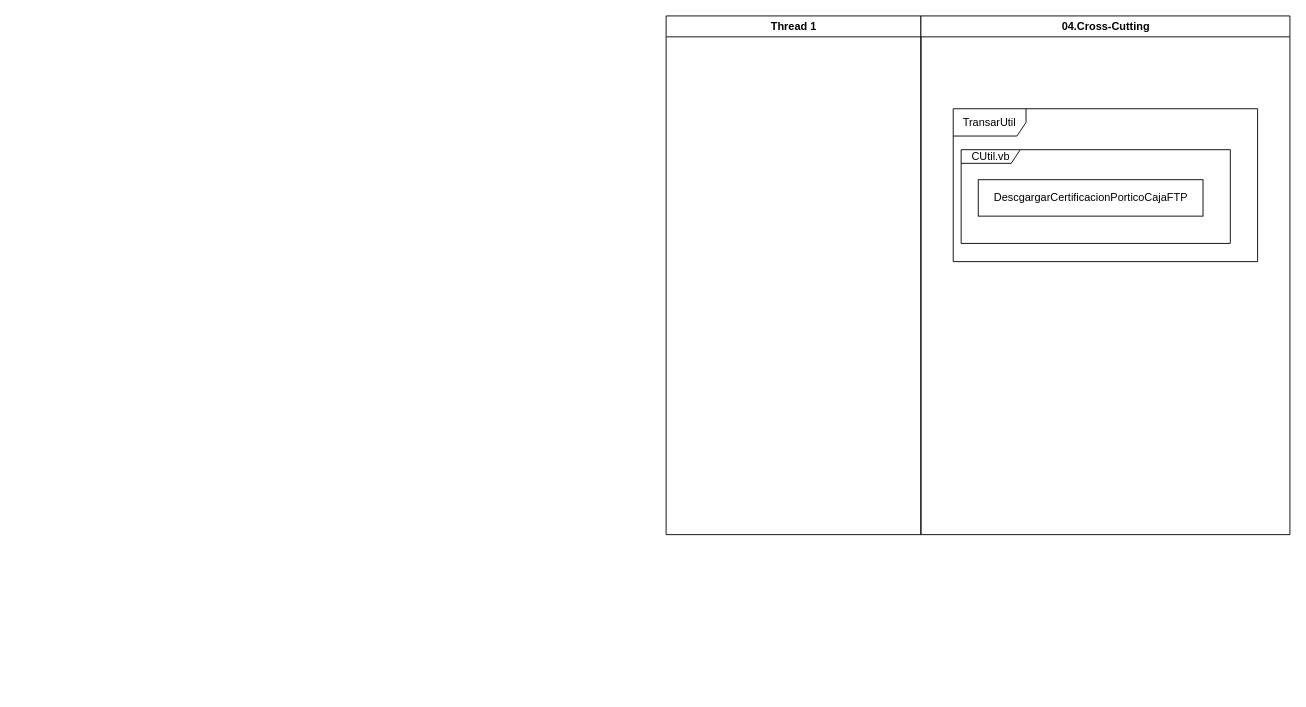
carlosvalderrama1204/RutaCompartida keeps this draw.io diagram as Untitled Diagram.drawio. Above is the earlier version. Source tidied: cells renumbered, new cells numbered last; positions are measured from the earlier drawing's top-left corner, leaving out a move shared by most shapes. Both pictures are drawn from the tidied source at 91%, with x=0, y=0 at pixel (665, 15).
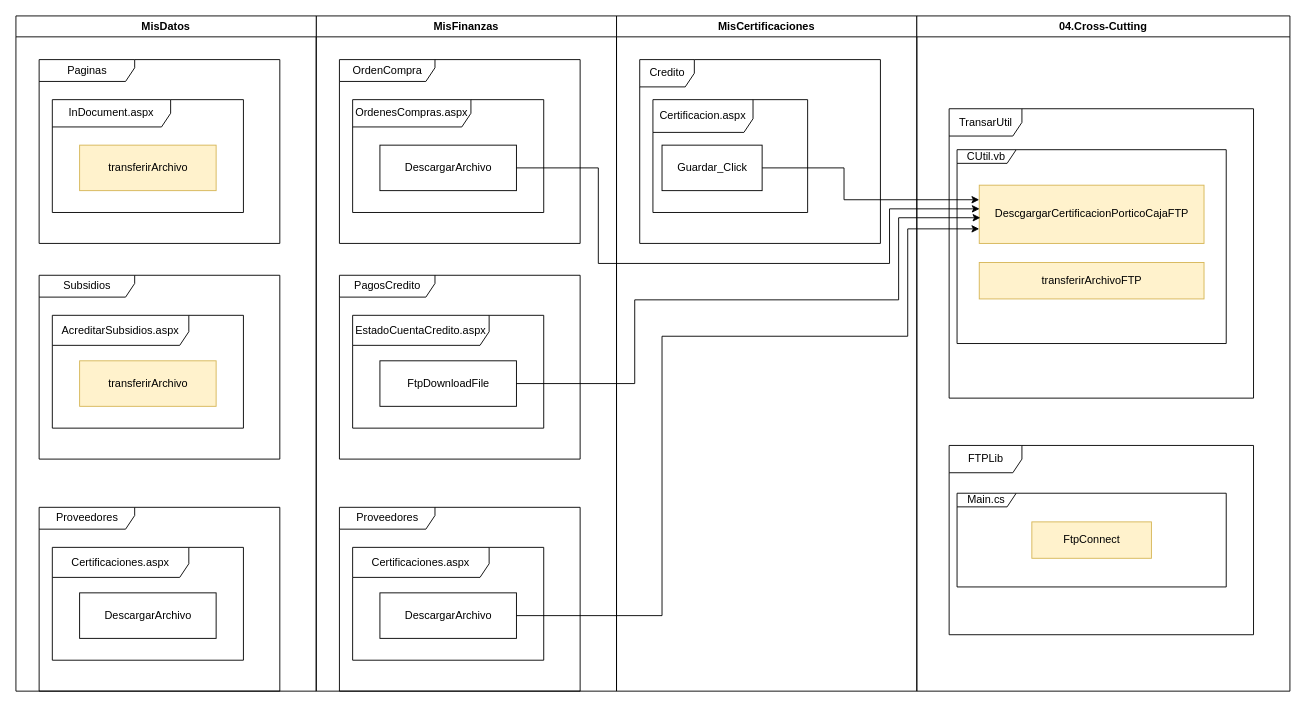
Above is the later version.

Change to the diagram source:
```diff
@@
-    <mxCell id="2" value="Thread 1" style="swimlane;whiteSpace=wrap;" parent="1" vertex="1">
-      <mxGeometry x="0.5" width="280" height="570" as="geometry" />
+    <mxCell id="2" value="MisCertificaciones" style="swimlane;whiteSpace=wrap;" parent="1" vertex="1">
+      <mxGeometry x="-54" width="330" height="742" as="geometry" />
     </mxCell>
+    <mxCell id="7" value="Credito" style="shape=umlFrame;whiteSpace=wrap;html=1;" parent="2" vertex="1">
+      <mxGeometry x="25.5" y="48" width="264.5" height="202" as="geometry" />
+    </mxCell>
+    <mxCell id="8" value="Certificacion.aspx" style="shape=umlFrame;whiteSpace=wrap;html=1;width=110;height=36;" parent="2" vertex="1">
+      <mxGeometry x="40" y="92" width="170" height="124" as="geometry" />
+    </mxCell>
+    <mxCell id="9" value="Guardar_Click" style="html=1;" parent="2" vertex="1">
+      <mxGeometry x="50" y="142" width="110" height="50" as="geometry" />
+    </mxCell>
     <mxCell id="3" value="04.Cross-Cutting" style="swimlane;whiteSpace=wrap;startSize=23;" parent="1" vertex="1">
-      <mxGeometry x="280.5" width="405.5" height="570" as="geometry" />
+      <mxGeometry x="276" width="410" height="742" as="geometry" />
     </mxCell>
     <mxCell id="4" value="TransarUtil" style="shape=umlFrame;whiteSpace=wrap;html=1;width=80;height=30;" parent="3" vertex="1">
-      <mxGeometry x="35.5" y="102" width="334.5" height="168" as="geometry" />
+      <mxGeometry x="35.5" y="102" width="334.5" height="318" as="geometry" />
     </mxCell>
     <mxCell id="5" value="CUtil.vb" style="shape=umlFrame;whiteSpace=wrap;html=1;width=65;height=15;" parent="3" vertex="1">
-      <mxGeometry x="44.2" y="147" width="295.8" height="103" as="geometry" />
+      <mxGeometry x="44.2" y="147" width="295.8" height="213" as="geometry" />
     </mxCell>
-    <mxCell id="6" value="DescgargarCertificacionPorticoCajaFTP" style="html=1;" parent="3" vertex="1">
-      <mxGeometry x="63" y="180" width="247" height="40" as="geometry" />
+    <mxCell id="6" value="DescgargarCertificacionPorticoCajaFTP" style="html=1;fillColor=#fff2cc;strokeColor=#d6b656;" parent="3" vertex="1">
+      <mxGeometry x="68.6" y="186" width="247" height="64" as="geometry" />
     </mxCell>
+    <mxCell id="10" value="FTPLib" style="shape=umlFrame;whiteSpace=wrap;html=1;width=80;height=30;" parent="3" vertex="1">
+      <mxGeometry x="35.5" y="472" width="334.5" height="208" as="geometry" />
+    </mxCell>
+    <mxCell id="11" value="Main.cs" style="shape=umlFrame;whiteSpace=wrap;html=1;width=65;height=15;" parent="3" vertex="1">
+      <mxGeometry x="44.2" y="524.5" width="295.8" height="103" as="geometry" />
+    </mxCell>
+    <mxCell id="12" value="FtpConnect" style="html=1;fillColor=#fff2cc;strokeColor=#d6b656;" parent="3" vertex="1">
+      <mxGeometry x="126.4" y="556" width="131.4" height="40" as="geometry" />
+    </mxCell>
+    <mxCell id="13" value="transferirArchivoFTP" style="html=1;fillColor=#fff2cc;strokeColor=#d6b656;" parent="3" vertex="1">
+      <mxGeometry x="68.6" y="271" width="247" height="40" as="geometry" />
+    </mxCell>
+    <mxCell id="14" value="MisFinanzas" style="swimlane;whiteSpace=wrap;" parent="1" vertex="1">
+      <mxGeometry x="-384" width="330" height="742" as="geometry" />
+    </mxCell>
+    <mxCell id="15" value="OrdenCompra" style="shape=umlFrame;whiteSpace=wrap;html=1;width=105;height=24;" parent="14" vertex="1">
+      <mxGeometry x="25.5" y="48" width="264.5" height="202" as="geometry" />
+    </mxCell>
+    <mxCell id="16" value="OrdenesCompras.aspx" style="shape=umlFrame;whiteSpace=wrap;html=1;width=130;height=30;" parent="14" vertex="1">
+      <mxGeometry x="40" y="92" width="210" height="124" as="geometry" />
+    </mxCell>
+    <mxCell id="17" value="DescargarArchivo" style="html=1;" parent="14" vertex="1">
+      <mxGeometry x="70" y="142" width="150" height="50" as="geometry" />
+    </mxCell>
+    <mxCell id="18" value="PagosCredito" style="shape=umlFrame;whiteSpace=wrap;html=1;width=105;height=24;" parent="14" vertex="1">
+      <mxGeometry x="25.5" y="285" width="264.5" height="202" as="geometry" />
+    </mxCell>
+    <mxCell id="19" value="EstadoCuentaCredito.aspx" style="shape=umlFrame;whiteSpace=wrap;html=1;width=150;height=33;" parent="14" vertex="1">
+      <mxGeometry x="40" y="329" width="210" height="124" as="geometry" />
+    </mxCell>
+    <mxCell id="20" value="FtpDownloadFile" style="html=1;" parent="14" vertex="1">
+      <mxGeometry x="70" y="379" width="150" height="50" as="geometry" />
+    </mxCell>
+    <mxCell id="21" value="Proveedores" style="shape=umlFrame;whiteSpace=wrap;html=1;width=105;height=24;" parent="14" vertex="1">
+      <mxGeometry x="25.5" y="540" width="264.5" height="202" as="geometry" />
+    </mxCell>
+    <mxCell id="22" value="Certificaciones.aspx" style="shape=umlFrame;whiteSpace=wrap;html=1;width=150;height=33;" parent="14" vertex="1">
+      <mxGeometry x="40" y="584" width="210" height="124" as="geometry" />
+    </mxCell>
+    <mxCell id="23" value="DescargarArchivo" style="html=1;" parent="14" vertex="1">
+      <mxGeometry x="70" y="634" width="150" height="50" as="geometry" />
+    </mxCell>
+    <mxCell id="24" style="edgeStyle=orthogonalEdgeStyle;rounded=0;jettySize=auto;html=1;entryX=0;entryY=0.25;entryDx=0;entryDy=0;" parent="1" edge="1" source="9" target="6">
+      <mxGeometry relative="1" as="geometry">
+        <Array as="points">
+          <mxPoint x="196" y="167" />
+          <mxPoint x="196" y="202" />
+        </Array>
+      </mxGeometry>
+    </mxCell>
+    <mxCell id="25" style="edgeStyle=orthogonalEdgeStyle;rounded=0;jettySize=auto;html=1;" parent="1" edge="1" source="17">
+      <mxGeometry relative="1" as="geometry">
+        <mxPoint x="345" y="212" as="targetPoint" />
+        <Array as="points">
+          <mxPoint x="-74" y="167" />
+          <mxPoint x="-74" y="272" />
+          <mxPoint x="246" y="272" />
+          <mxPoint x="246" y="212" />
+        </Array>
+      </mxGeometry>
+    </mxCell>
+    <mxCell id="26" style="edgeStyle=orthogonalEdgeStyle;rounded=0;jettySize=auto;html=1;entryX=0.005;entryY=0.559;entryDx=0;entryDy=0;entryPerimeter=0;exitX=1;exitY=0.5;exitDx=0;exitDy=0;" parent="1" edge="1" source="20" target="6">
+      <mxGeometry relative="1" as="geometry">
+        <Array as="points">
+          <mxPoint x="-34" y="404" />
+          <mxPoint x="-34" y="312" />
+          <mxPoint x="256" y="312" />
+          <mxPoint x="256" y="222" />
+        </Array>
+      </mxGeometry>
+    </mxCell>
+    <mxCell id="27" style="edgeStyle=orthogonalEdgeStyle;rounded=0;jettySize=auto;html=1;entryX=0;entryY=0.75;entryDx=0;entryDy=0;" parent="1" edge="1" source="23" target="6">
+      <mxGeometry relative="1" as="geometry">
+        <Array as="points">
+          <mxPoint x="-4" y="659" />
+          <mxPoint x="-4" y="352" />
+          <mxPoint x="266" y="352" />
+          <mxPoint x="266" y="234" />
+        </Array>
+      </mxGeometry>
+    </mxCell>
+    <mxCell id="28" value="MisDatos" style="swimlane;whiteSpace=wrap;" parent="1" vertex="1">
+      <mxGeometry x="-714" width="330" height="742" as="geometry" />
+    </mxCell>
+    <mxCell id="29" value="Paginas" style="shape=umlFrame;whiteSpace=wrap;html=1;width=105;height=24;" parent="28" vertex="1">
+      <mxGeometry x="25.5" y="48" width="264.5" height="202" as="geometry" />
+    </mxCell>
+    <mxCell id="30" value="InDocument.aspx" style="shape=umlFrame;whiteSpace=wrap;html=1;width=130;height=30;" parent="28" vertex="1">
+      <mxGeometry x="40" y="92" width="210" height="124" as="geometry" />
+    </mxCell>
+    <mxCell id="31" value="transferirArchivo" style="html=1;fillColor=#fff2cc;strokeColor=#d6b656;" parent="28" vertex="1">
+      <mxGeometry x="70" y="142" width="150" height="50" as="geometry" />
+    </mxCell>
+    <mxCell id="32" value="Subsidios" style="shape=umlFrame;whiteSpace=wrap;html=1;width=105;height=24;" parent="28" vertex="1">
+      <mxGeometry x="25.5" y="285" width="264.5" height="202" as="geometry" />
+    </mxCell>
+    <mxCell id="33" value="AcreditarSubsidios.aspx" style="shape=umlFrame;whiteSpace=wrap;html=1;width=150;height=33;" parent="28" vertex="1">
+      <mxGeometry x="40" y="329" width="210" height="124" as="geometry" />
+    </mxCell>
+    <mxCell id="34" value="transferirArchivo" style="html=1;fillColor=#fff2cc;strokeColor=#d6b656;" parent="28" vertex="1">
+      <mxGeometry x="70" y="379" width="150" height="50" as="geometry" />
+    </mxCell>
+    <mxCell id="35" value="Proveedores" style="shape=umlFrame;whiteSpace=wrap;html=1;width=105;height=24;" parent="28" vertex="1">
+      <mxGeometry x="25.5" y="540" width="264.5" height="202" as="geometry" />
+    </mxCell>
+    <mxCell id="36" value="Certificaciones.aspx" style="shape=umlFrame;whiteSpace=wrap;html=1;width=150;height=33;" parent="28" vertex="1">
+      <mxGeometry x="40" y="584" width="210" height="124" as="geometry" />
+    </mxCell>
+    <mxCell id="37" value="DescargarArchivo" style="html=1;" parent="28" vertex="1">
+      <mxGeometry x="70" y="634" width="150" height="50" as="geometry" />
+    </mxCell>
```
